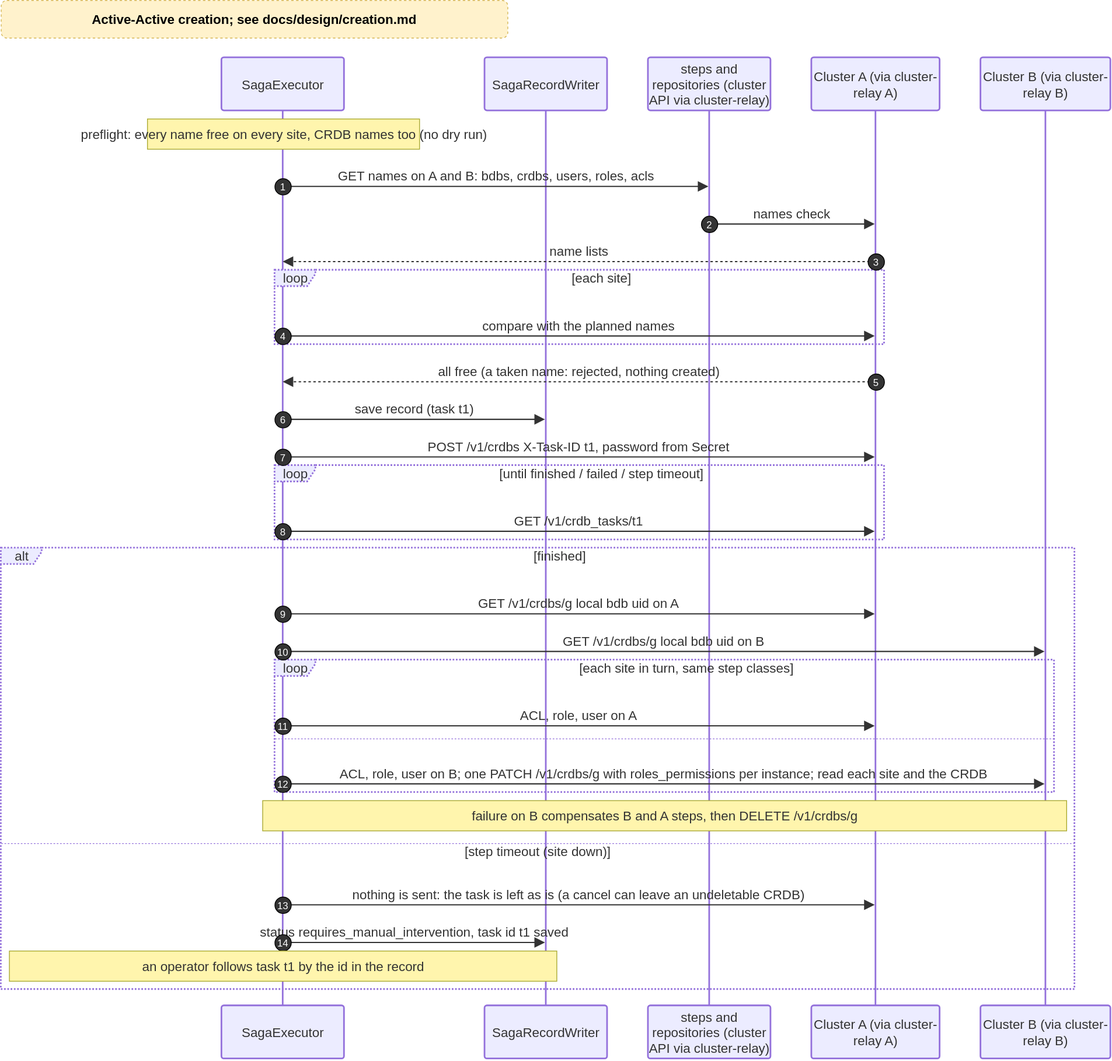
The draw.io diagram docs/diagrams/20-seq-create-active-active.drawio.svg in EliShteinman/redis-enterprise-services, before a commit. Source tidied: cells renumbered, new cells last; positions are measured from the earlier drawing's top-left corner, leaving out a move shared by most shapes.
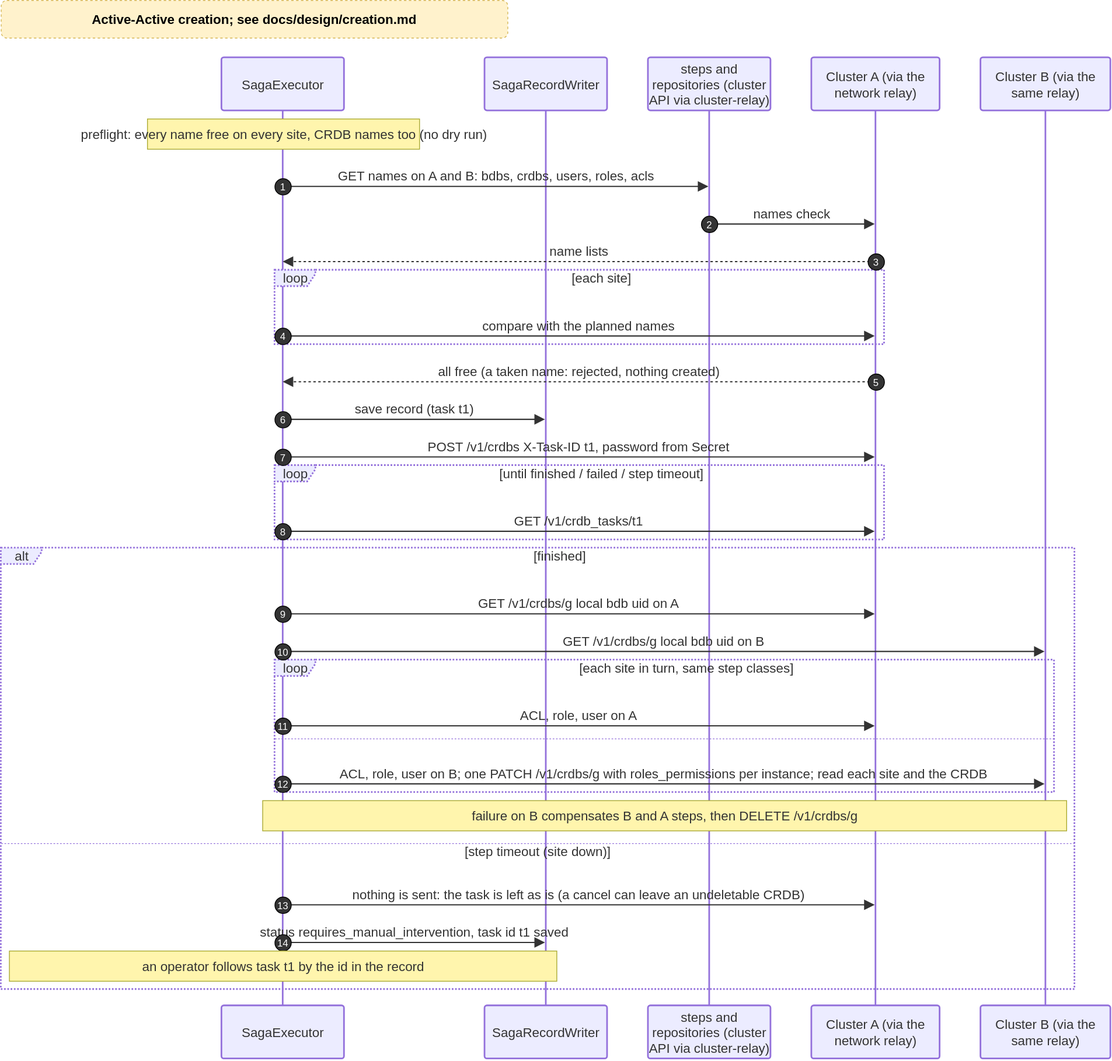
Above is the later version.

Commit message:
docs(active-active): review round 2 of #68 and #70: the stack's docs no longer say single site only

The edit, as a diff of the source:
```diff
@@ -11,10 +11,10 @@
     <mxCell id="4" value="steps and repositories (cluster API via cluster-relay)" style="html=1;shape=umlLifeline;perimeter=lifelinePerimeter;whiteSpace=wrap;outlineConnect=0;portConstraint=eastwest;newEdgeStyle={&quot;edgeStyle&quot;:&quot;sequenceEdgeStyle&quot;,&quot;libavoidRouting&quot;:0,&quot;curved&quot;:0,&quot;rounded&quot;:0};lifelineDashed=0;strokeWidth=2;rounded=1;absoluteArcSize=1;arcSize=6;lifelineColor=light-dark(#9370DB,#cccccc);size=65;lifelineMirror=1;fillColor=light-dark(#ECECFF,#1f2020);strokeColor=light-dark(#9370DB,#cccccc);fontColor=light-dark(#333333,#cccccc);fontFamily=Trebuchet MS,Verdana,Arial,sans-serif;fontSize=16;" parent="1" vertex="1">
       <mxGeometry x="792" y="70" width="150" height="1225" as="geometry" />
     </mxCell>
-    <mxCell id="5" value="Cluster A (via cluster-relay A)" style="html=1;shape=umlLifeline;perimeter=lifelinePerimeter;whiteSpace=wrap;outlineConnect=0;portConstraint=eastwest;newEdgeStyle={&quot;edgeStyle&quot;:&quot;sequenceEdgeStyle&quot;,&quot;libavoidRouting&quot;:0,&quot;curved&quot;:0,&quot;rounded&quot;:0};lifelineDashed=0;strokeWidth=2;rounded=1;absoluteArcSize=1;arcSize=6;lifelineColor=light-dark(#9370DB,#cccccc);size=65;lifelineMirror=1;fillColor=light-dark(#ECECFF,#1f2020);strokeColor=light-dark(#9370DB,#cccccc);fontColor=light-dark(#333333,#cccccc);fontFamily=Trebuchet MS,Verdana,Arial,sans-serif;fontSize=16;" parent="1" vertex="1">
+    <mxCell id="5" value="Cluster A (via the network relay)" style="html=1;shape=umlLifeline;perimeter=lifelinePerimeter;whiteSpace=wrap;outlineConnect=0;portConstraint=eastwest;newEdgeStyle={&quot;edgeStyle&quot;:&quot;sequenceEdgeStyle&quot;,&quot;libavoidRouting&quot;:0,&quot;curved&quot;:0,&quot;rounded&quot;:0};lifelineDashed=0;strokeWidth=2;rounded=1;absoluteArcSize=1;arcSize=6;lifelineColor=light-dark(#9370DB,#cccccc);size=65;lifelineMirror=1;fillColor=light-dark(#ECECFF,#1f2020);strokeColor=light-dark(#9370DB,#cccccc);fontColor=light-dark(#333333,#cccccc);fontFamily=Trebuchet MS,Verdana,Arial,sans-serif;fontSize=16;" parent="1" vertex="1">
       <mxGeometry x="992" y="70" width="157" height="1225" as="geometry" />
     </mxCell>
-    <mxCell id="6" value="Cluster B (via cluster-relay B)" style="html=1;shape=umlLifeline;perimeter=lifelinePerimeter;whiteSpace=wrap;outlineConnect=0;portConstraint=eastwest;newEdgeStyle={&quot;edgeStyle&quot;:&quot;sequenceEdgeStyle&quot;,&quot;libavoidRouting&quot;:0,&quot;curved&quot;:0,&quot;rounded&quot;:0};lifelineDashed=0;strokeWidth=2;rounded=1;absoluteArcSize=1;arcSize=6;lifelineColor=light-dark(#9370DB,#cccccc);size=65;lifelineMirror=1;fillColor=light-dark(#ECECFF,#1f2020);strokeColor=light-dark(#9370DB,#cccccc);fontColor=light-dark(#333333,#cccccc);fontFamily=Trebuchet MS,Verdana,Arial,sans-serif;fontSize=16;" parent="1" vertex="1">
+    <mxCell id="6" value="Cluster B (via the same relay)" style="html=1;shape=umlLifeline;perimeter=lifelinePerimeter;whiteSpace=wrap;outlineConnect=0;portConstraint=eastwest;newEdgeStyle={&quot;edgeStyle&quot;:&quot;sequenceEdgeStyle&quot;,&quot;libavoidRouting&quot;:0,&quot;curved&quot;:0,&quot;rounded&quot;:0};lifelineDashed=0;strokeWidth=2;rounded=1;absoluteArcSize=1;arcSize=6;lifelineColor=light-dark(#9370DB,#cccccc);size=65;lifelineMirror=1;fillColor=light-dark(#ECECFF,#1f2020);strokeColor=light-dark(#9370DB,#cccccc);fontColor=light-dark(#333333,#cccccc);fontFamily=Trebuchet MS,Verdana,Arial,sans-serif;fontSize=16;" parent="1" vertex="1">
       <mxGeometry x="1199" y="70" width="159" height="1225" as="geometry" />
     </mxCell>
     <mxCell id="7" value="loop" style="html=1;shape=umlFrame;dashed=1;fixDash=1;dashPattern=2 2;strokeWidth=2;fillColor=light-dark(#ECECFF,#1f2020);strokeColor=light-dark(#9370DB,#cccccc);fontSize=16;align=center;verticalAlign=middle;fontFamily=Trebuchet MS,Verdana,Arial,sans-serif;fontColor=light-dark(#333333,#cccccc);height=20;width=50;" parent="1" vertex="1">
```
